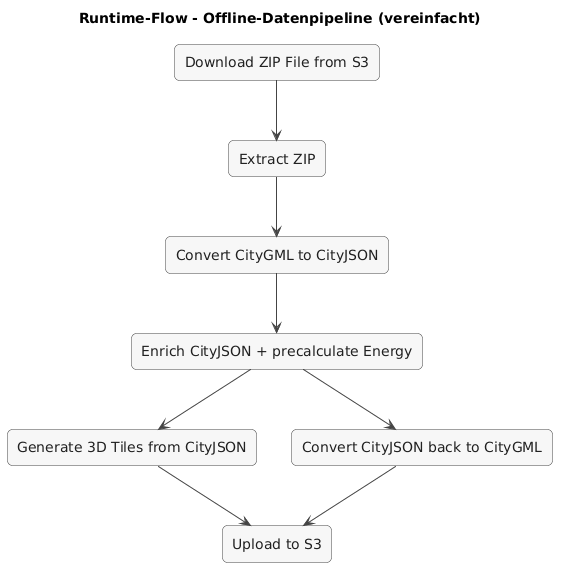
Above: docs/architecture/attachments/runtime-flow-pipeline-simple.png in csi-FOXBYTE/Regensburg_DigitalerEnergieZwilling_Backend (PlantUML), before the change. The source it was exported from:
```plantuml
@startuml
title Runtime-Flow - Offline-Datenpipeline (vereinfacht)
top to bottom direction

skinparam shadowing false
skinparam backgroundColor white
skinparam rectangle {
  BackgroundColor #F7F7F7
  BorderColor #444444
  FontColor #222222
  RoundCorner 10
}
skinparam ArrowColor #444444

rectangle "Download ZIP File from S3" as A
rectangle "Extract ZIP" as B
rectangle "Convert CityGML to CityJSON" as C
rectangle "Enrich CityJSON + precalculate Energy" as D
rectangle "Generate 3D Tiles from CityJSON" as E
rectangle "Convert CityJSON back to CityGML" as F
rectangle "Upload to S3" as G

A --> B
B --> C
C --> D
D --> E
D --> F
E --> G
F --> G
@enduml
```
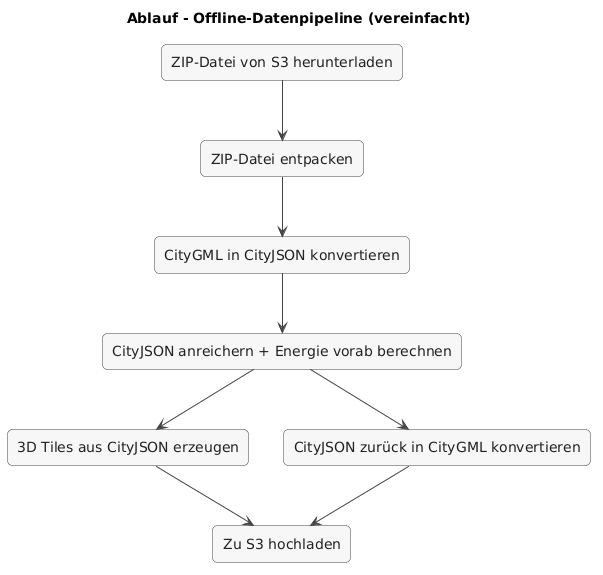
Later version of the same file.

Change to the diagram source:
```diff
@@ -1,5 +1,5 @@
 @startuml
-title Runtime-Flow - Offline-Datenpipeline (vereinfacht)
+title Ablauf - Offline-Datenpipeline (vereinfacht)
 top to bottom direction
 
 skinparam shadowing false
@@ -12,13 +12,13 @@
 }
 skinparam ArrowColor #444444
 
-rectangle "Download ZIP File from S3" as A
-rectangle "Extract ZIP" as B
-rectangle "Convert CityGML to CityJSON" as C
-rectangle "Enrich CityJSON + precalculate Energy" as D
-rectangle "Generate 3D Tiles from CityJSON" as E
-rectangle "Convert CityJSON back to CityGML" as F
-rectangle "Upload to S3" as G
+rectangle "ZIP-Datei von S3 herunterladen" as A
+rectangle "ZIP-Datei entpacken" as B
+rectangle "CityGML in CityJSON konvertieren" as C
+rectangle "CityJSON anreichern + Energie vorab berechnen" as D
+rectangle "3D Tiles aus CityJSON erzeugen" as E
+rectangle "CityJSON zurück in CityGML konvertieren" as F
+rectangle "Zu S3 hochladen" as G
 
 A --> B
 B --> C
@@ -27,4 +27,5 @@
 D --> F
 E --> G
 F --> G
+
 @enduml
```
